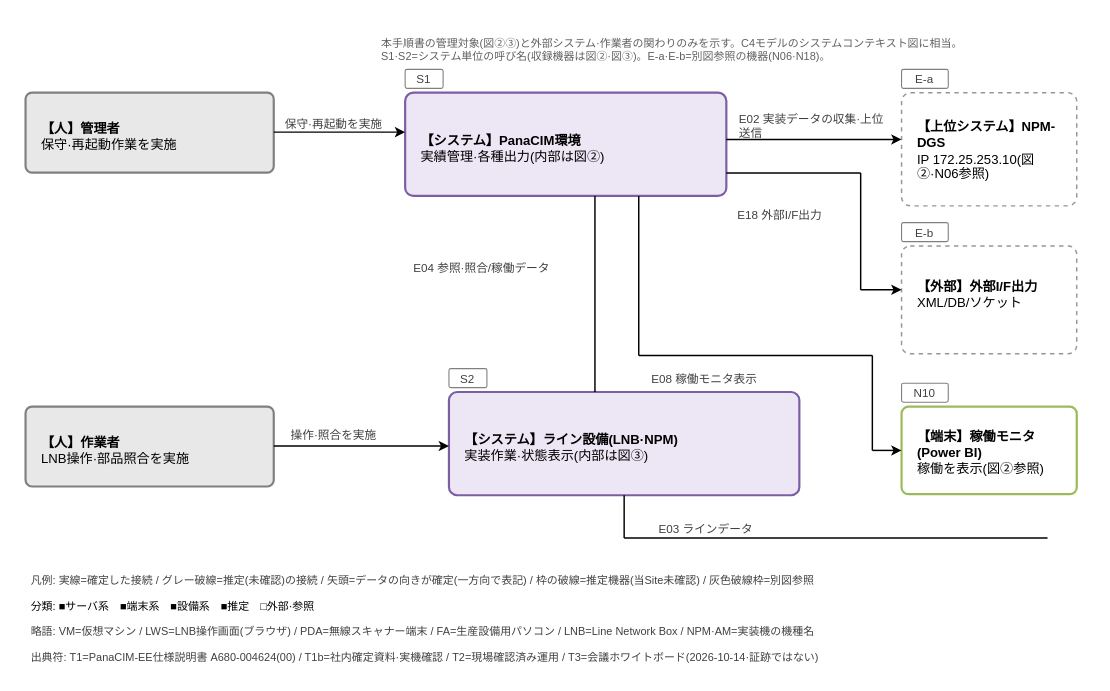
Above: page "相関図①" (1 of 3) of 20261102_管理文書用語と相関図/drawio_20261106/相関図_pana_20261106.drawio in nk-shino/work_vault (draw.io), before the change. Source tidied: cells renumbered, new cells numbered last; positions are measured from the earlier drawing's top-left corner, leaving out a move shared by most shapes. Both pictures are drawn from the tidied source at 146%, with x=0, y=0 at pixel (25, 25).
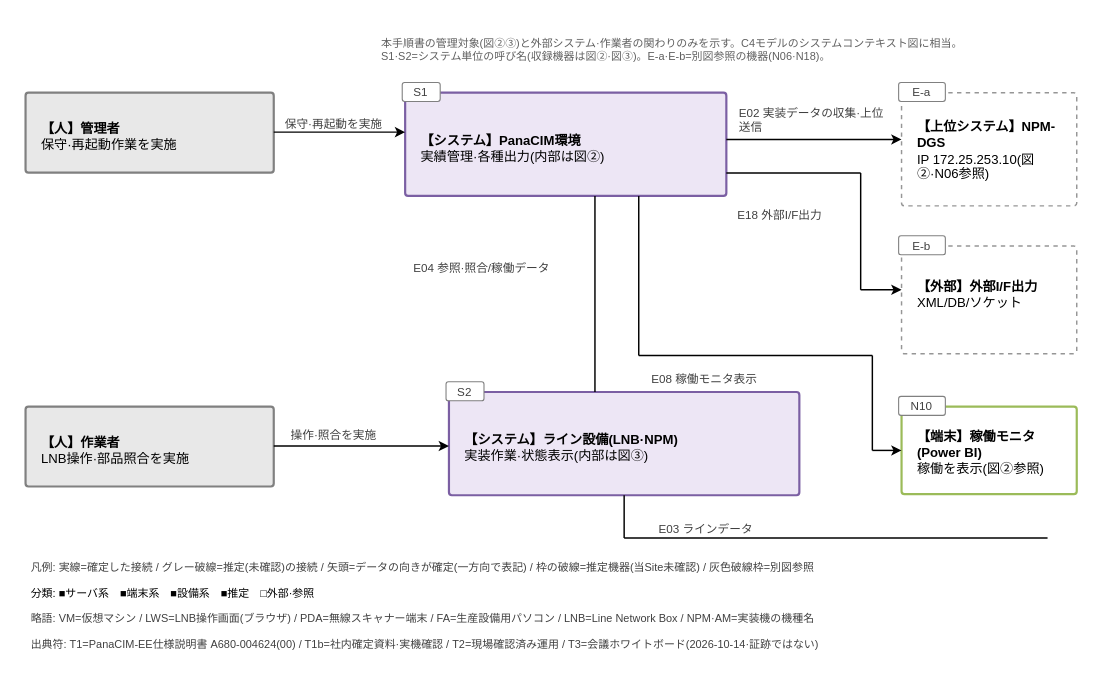
After the change.

What changed in the source:
```diff
@@
-    <mxCell id="3" style="rounded=1;arcSize=8;whiteSpace=wrap;html=1;fontFamily=Meiryo UI;fillColor=#E8E8E8;strokeColor=#808080;strokeWidth=1.5;" parent="1" vertex="1">
+    <mxCell id="3" style="rounded=1;absoluteArcSize=1;arcSize=4;whiteSpace=wrap;html=1;fontFamily=Meiryo UI;fillColor=#E8E8E8;strokeColor=#808080;strokeWidth=1.5;" parent="1" vertex="1">
       <mxGeometry y="46" width="170" height="54.7" as="geometry" />
     </mxCell>
@@
-    <mxCell id="5" style="rounded=1;arcSize=8;whiteSpace=wrap;html=1;fontFamily=Meiryo UI;fillColor=#EDE6F5;strokeColor=#7B5FA3;strokeWidth=1.5;" parent="1" vertex="1">
+    <mxCell id="5" style="rounded=1;absoluteArcSize=1;arcSize=4;whiteSpace=wrap;html=1;fontFamily=Meiryo UI;fillColor=#EDE6F5;strokeColor=#7B5FA3;strokeWidth=1.5;" parent="1" vertex="1">
       <mxGeometry x="260" y="46" width="220" height="70.7" as="geometry" />
     </mxCell>
@@
-    <mxCell id="7" value="S1" style="rounded=1;arcSize=10;whiteSpace=wrap;html=1;fontFamily=Meiryo UI;fontSize=8;fontColor=#404040;fillColor=#FFFFFF;strokeColor=#808080;strokeWidth=0.75;align=center;verticalAlign=middle;" parent="1" vertex="1">
-      <mxGeometry x="260" y="30" width="26" height="13" as="geometry" />
+    <mxCell id="7" value="S1" style="rounded=1;absoluteArcSize=1;arcSize=3.25;whiteSpace=wrap;html=1;fontFamily=Meiryo UI;fontSize=8;fontColor=#404040;fillColor=#FFFFFF;strokeColor=#808080;strokeWidth=0.75;align=center;verticalAlign=middle;" parent="1" vertex="1">
+      <mxGeometry x="258" y="39" width="26" height="13" as="geometry" />
     </mxCell>
-    <mxCell id="8" style="rounded=1;arcSize=8;whiteSpace=wrap;html=1;fontFamily=Meiryo UI;fillColor=#FFFFFF;strokeColor=#969696;strokeWidth=1;dashed=1;" parent="1" vertex="1">
+    <mxCell id="8" style="rounded=1;absoluteArcSize=1;arcSize=4;whiteSpace=wrap;html=1;fontFamily=Meiryo UI;fillColor=#FFFFFF;strokeColor=#969696;strokeWidth=1;dashed=1;" parent="1" vertex="1">
       <mxGeometry x="600" y="46" width="120" height="77.5" as="geometry" />
     </mxCell>
@@
-    <mxCell id="10" value="E-a" style="rounded=1;arcSize=10;whiteSpace=wrap;html=1;fontFamily=Meiryo UI;fontSize=8;fontColor=#404040;fillColor=#FFFFFF;strokeColor=#808080;strokeWidth=0.75;align=center;verticalAlign=middle;" parent="1" vertex="1">
-      <mxGeometry x="600" y="30" width="32" height="13" as="geometry" />
+    <mxCell id="10" value="E-a" style="rounded=1;absoluteArcSize=1;arcSize=3.25;whiteSpace=wrap;html=1;fontFamily=Meiryo UI;fontSize=8;fontColor=#404040;fillColor=#FFFFFF;strokeColor=#808080;strokeWidth=0.75;align=center;verticalAlign=middle;" parent="1" vertex="1">
+      <mxGeometry x="598" y="39" width="32" height="13" as="geometry" />
     </mxCell>
-    <mxCell id="11" style="rounded=1;arcSize=8;whiteSpace=wrap;html=1;fontFamily=Meiryo UI;fillColor=#FFFFFF;strokeColor=#969696;strokeWidth=1;dashed=1;" parent="1" vertex="1">
+    <mxCell id="11" style="rounded=1;absoluteArcSize=1;arcSize=4;whiteSpace=wrap;html=1;fontFamily=Meiryo UI;fillColor=#FFFFFF;strokeColor=#969696;strokeWidth=1;dashed=1;" parent="1" vertex="1">
       <mxGeometry x="600" y="151" width="120" height="73.8" as="geometry" />
     </mxCell>
@@
-    <mxCell id="13" value="E-b" style="rounded=1;arcSize=10;whiteSpace=wrap;html=1;fontFamily=Meiryo UI;fontSize=8;fontColor=#404040;fillColor=#FFFFFF;strokeColor=#808080;strokeWidth=0.75;align=center;verticalAlign=middle;" parent="1" vertex="1">
-      <mxGeometry x="600" y="135" width="32" height="13" as="geometry" />
+    <mxCell id="13" value="E-b" style="rounded=1;absoluteArcSize=1;arcSize=3.25;whiteSpace=wrap;html=1;fontFamily=Meiryo UI;fontSize=8;fontColor=#404040;fillColor=#FFFFFF;strokeColor=#808080;strokeWidth=0.75;align=center;verticalAlign=middle;" parent="1" vertex="1">
+      <mxGeometry x="598" y="144" width="32" height="13" as="geometry" />
     </mxCell>
-    <mxCell id="14" style="rounded=1;arcSize=8;whiteSpace=wrap;html=1;fontFamily=Meiryo UI;fillColor=#E8E8E8;strokeColor=#808080;strokeWidth=1.5;" parent="1" vertex="1">
+    <mxCell id="14" style="rounded=1;absoluteArcSize=1;arcSize=4;whiteSpace=wrap;html=1;fontFamily=Meiryo UI;fillColor=#E8E8E8;strokeColor=#808080;strokeWidth=1.5;" parent="1" vertex="1">
       <mxGeometry y="261" width="170" height="54.7" as="geometry" />
     </mxCell>
@@
-    <mxCell id="16" style="rounded=1;arcSize=8;whiteSpace=wrap;html=1;fontFamily=Meiryo UI;fillColor=#EDE6F5;strokeColor=#7B5FA3;strokeWidth=1.5;" parent="1" vertex="1">
+    <mxCell id="16" style="rounded=1;absoluteArcSize=1;arcSize=4;whiteSpace=wrap;html=1;fontFamily=Meiryo UI;fillColor=#EDE6F5;strokeColor=#7B5FA3;strokeWidth=1.5;" parent="1" vertex="1">
       <mxGeometry x="290" y="251" width="240" height="70.7" as="geometry" />
     </mxCell>
@@
-    <mxCell id="18" value="S2" style="rounded=1;arcSize=10;whiteSpace=wrap;html=1;fontFamily=Meiryo UI;fontSize=8;fontColor=#404040;fillColor=#FFFFFF;strokeColor=#808080;strokeWidth=0.75;align=center;verticalAlign=middle;" parent="1" vertex="1">
-      <mxGeometry x="290" y="235" width="26" height="13" as="geometry" />
+    <mxCell id="18" value="S2" style="rounded=1;absoluteArcSize=1;arcSize=3.25;whiteSpace=wrap;html=1;fontFamily=Meiryo UI;fontSize=8;fontColor=#404040;fillColor=#FFFFFF;strokeColor=#808080;strokeWidth=0.75;align=center;verticalAlign=middle;" parent="1" vertex="1">
+      <mxGeometry x="288" y="244" width="26" height="13" as="geometry" />
     </mxCell>
-    <mxCell id="19" style="rounded=1;arcSize=8;whiteSpace=wrap;html=1;fontFamily=Meiryo UI;fillColor=#FFFFFF;strokeColor=#9BBB59;strokeWidth=1.5;" parent="1" vertex="1">
+    <mxCell id="19" style="rounded=1;absoluteArcSize=1;arcSize=4;whiteSpace=wrap;html=1;fontFamily=Meiryo UI;fillColor=#FFFFFF;strokeColor=#9BBB59;strokeWidth=1.5;" parent="1" vertex="1">
       <mxGeometry x="600" y="261" width="120" height="60" as="geometry" />
     </mxCell>
@@
-    <mxCell id="21" value="N10" style="rounded=1;arcSize=10;whiteSpace=wrap;html=1;fontFamily=Meiryo UI;fontSize=8;fontColor=#404040;fillColor=#FFFFFF;strokeColor=#808080;strokeWidth=0.75;align=center;verticalAlign=middle;" parent="1" vertex="1">
-      <mxGeometry x="600" y="245" width="32" height="13" as="geometry" />
+    <mxCell id="21" value="N10" style="rounded=1;absoluteArcSize=1;arcSize=3.25;whiteSpace=wrap;html=1;fontFamily=Meiryo UI;fontSize=8;fontColor=#404040;fillColor=#FFFFFF;strokeColor=#808080;strokeWidth=0.75;align=center;verticalAlign=middle;" parent="1" vertex="1">
+      <mxGeometry x="598" y="254" width="32" height="13" as="geometry" />
     </mxCell>
@@
     <mxCell id="23" value="保守·再起動を実施" style="text;html=1;whiteSpace=wrap;fontFamily=Meiryo UI;fontSize=8;fontColor=#404040;align=left;verticalAlign=top;spacingLeft=2;spacingRight=2;spacingTop=1;spacingBottom=1;" parent="1" vertex="1">
-      <mxGeometry x="174" y="56" width="80" height="14.3" as="geometry" />
+      <mxGeometry x="174" y="56" width="80" height="14.6" as="geometry" />
     </mxCell>
@@
     <mxCell id="25" value="操作·照合を実施" style="text;html=1;whiteSpace=wrap;fontFamily=Meiryo UI;fontSize=8;fontColor=#404040;align=left;verticalAlign=top;spacingLeft=2;spacingRight=2;spacingTop=1;spacingBottom=1;" parent="1" vertex="1">
-      <mxGeometry x="178" y="269" width="76" height="14.3" as="geometry" />
+      <mxGeometry x="178" y="269" width="76" height="14.6" as="geometry" />
     </mxCell>
@@
     <mxCell id="27" value="E02 実装データの収集·上位送信" style="text;html=1;whiteSpace=wrap;fontFamily=Meiryo UI;fontSize=8;fontColor=#404040;align=left;verticalAlign=top;spacingLeft=2;spacingRight=2;spacingTop=1;spacingBottom=1;" parent="1" vertex="1">
-      <mxGeometry x="485" y="52" width="110" height="27.7" as="geometry" />
+      <mxGeometry x="485" y="48" width="110" height="27.7" as="geometry" />
     </mxCell>
@@
     <mxCell id="31" value="E18 外部I/F出力" style="text;html=1;whiteSpace=wrap;fontFamily=Meiryo UI;fontSize=8;fontColor=#404040;align=left;verticalAlign=top;spacingLeft=2;spacingRight=2;spacingTop=1;spacingBottom=1;" parent="1" vertex="1">
-      <mxGeometry x="484" y="118" width="80" height="14.3" as="geometry" />
+      <mxGeometry x="484" y="118" width="80" height="14.6" as="geometry" />
     </mxCell>
@@
     <mxCell id="36" value="E08 稼働モニタ表示" style="text;html=1;whiteSpace=wrap;fontFamily=Meiryo UI;fontSize=8;fontColor=#404040;align=left;verticalAlign=top;spacingLeft=2;spacingRight=2;spacingTop=1;spacingBottom=1;" parent="1" vertex="1">
-      <mxGeometry x="425" y="230" width="90" height="14.3" as="geometry" />
+      <mxGeometry x="425" y="230" width="90" height="14.6" as="geometry" />
     </mxCell>
@@
     <mxCell id="38" value="E04 参照·照合/稼働データ" style="text;html=1;whiteSpace=wrap;fontFamily=Meiryo UI;fontSize=8;fontColor=#404040;align=left;verticalAlign=top;spacingLeft=2;spacingRight=2;spacingTop=1;spacingBottom=1;" parent="1" vertex="1">
-      <mxGeometry x="262" y="154" width="122" height="14.3" as="geometry" />
+      <mxGeometry x="262" y="154" width="122" height="14.6" as="geometry" />
     </mxCell>
@@
     <mxCell id="41" value="E03 ラインデータ" style="text;html=1;whiteSpace=wrap;fontFamily=Meiryo UI;fontSize=8;fontColor=#404040;align=left;verticalAlign=top;spacingLeft=2;spacingRight=2;spacingTop=1;spacingBottom=1;" parent="1" vertex="1">
-      <mxGeometry x="430" y="333" width="80" height="14.3" as="geometry" />
+      <mxGeometry x="430" y="333" width="80" height="14.6" as="geometry" />
     </mxCell>
     <mxCell id="42" value="凡例: 実線=確定した接続 / グレー破線=推定(未確認)の接続 / 矢頭=データの向きが確定(一方向で表記) / 枠の破線=推定機器(当Site未確認) / 灰色破線枠=別図参照" style="text;html=1;whiteSpace=wrap;fontFamily=Meiryo UI;fontSize=7.5;fontColor=#404040;align=left;verticalAlign=top;spacingLeft=2;spacingRight=2;spacingTop=1;spacingBottom=1;" parent="1" vertex="1">
-      <mxGeometry y="368" width="700" height="13.5" as="geometry" />
+      <mxGeometry y="359" width="700" height="13.5" as="geometry" />
     </mxCell>
     <mxCell id="43" value="分類: ■サーバ系　■端末系　■設備系　■推定　□外部·参照" style="text;html=1;whiteSpace=wrap;fontFamily=Meiryo UI;fontSize=7.5;fontColor=#000000;align=left;verticalAlign=top;spacingLeft=2;spacingRight=2;spacingTop=1;spacingBottom=1;" parent="1" vertex="1">
-      <mxGeometry y="385.5" width="700" height="13.5" as="geometry" />
+      <mxGeometry y="376.5" width="700" height="13.5" as="geometry" />
     </mxCell>
     <mxCell id="44" value="略語: VM=仮想マシン / LWS=LNB操作画面(ブラウザ) / PDA=無線スキャナー端末 / FA=生産設備用パソコン / LNB=Line Network Box / NPM·AM=実装機の機種名" style="text;html=1;whiteSpace=wrap;fontFamily=Meiryo UI;fontSize=7.5;fontColor=#404040;align=left;verticalAlign=top;spacingLeft=2;spacingRight=2;spacingTop=1;spacingBottom=1;" parent="1" vertex="1">
-      <mxGeometry y="403" width="700" height="13.5" as="geometry" />
+      <mxGeometry y="394" width="700" height="13.5" as="geometry" />
     </mxCell>
     <mxCell id="45" value="出典符: T1=PanaCIM-EE仕様説明書 A680-004624(00) / T1b=社内確定資料·実機確認 / T2=現場確認済み運用 / T3=会議ホワイトボード(2026-10-14·証跡ではない)" style="text;html=1;whiteSpace=wrap;fontFamily=Meiryo UI;fontSize=7.5;fontColor=#404040;align=left;verticalAlign=top;spacingLeft=2;spacingRight=2;spacingTop=1;spacingBottom=1;" parent="1" vertex="1">
-      <mxGeometry y="420.6" width="700" height="13.5" as="geometry" />
+      <mxGeometry y="411.6" width="700" height="13.5" as="geometry" />
     </mxCell>
```
